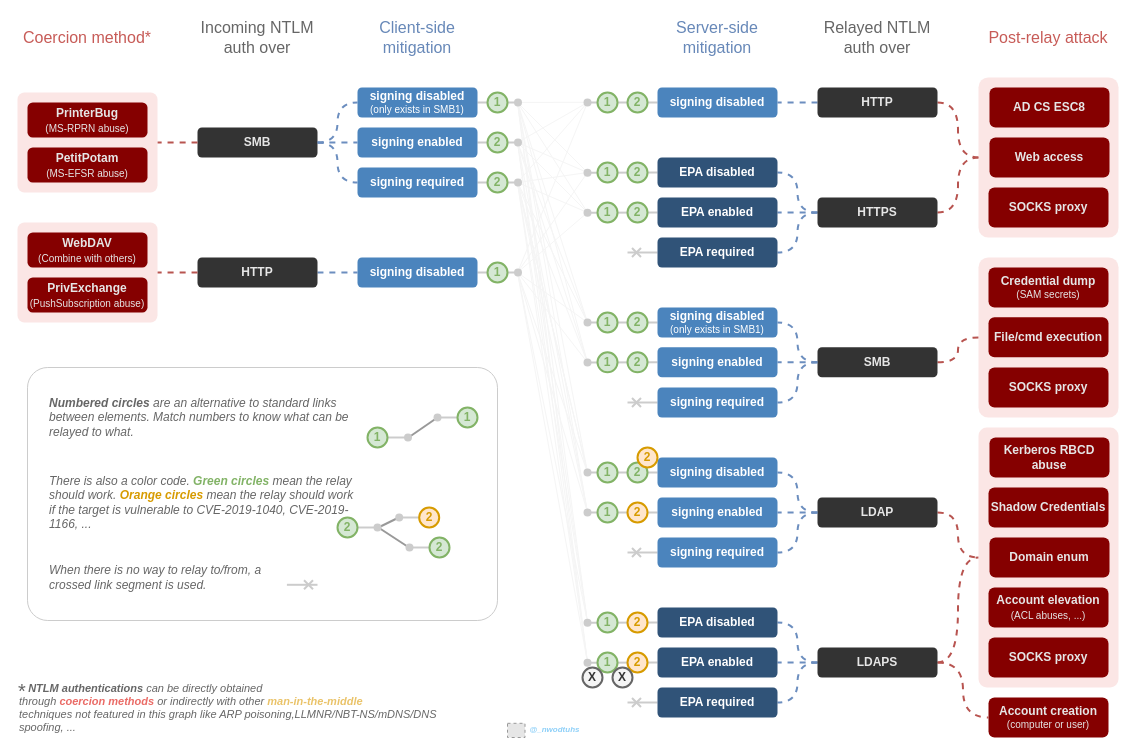
The-Hacker-Recipes/The-Hacker-Recipes keeps this draw.io diagram as .assets/drawios/NTLM relay.drawio. Above is the earlier version. Source tidied: cells renumbered, new cells numbered last; positions are measured from the earlier drawing's top-left corner, leaving out a move shared by most shapes. Both pictures are drawn from the tidied source at 100%, with x=0, y=0 at pixel (17, 17). Pictures stored in the file or linked from it are replaced by grey dashed boxes.
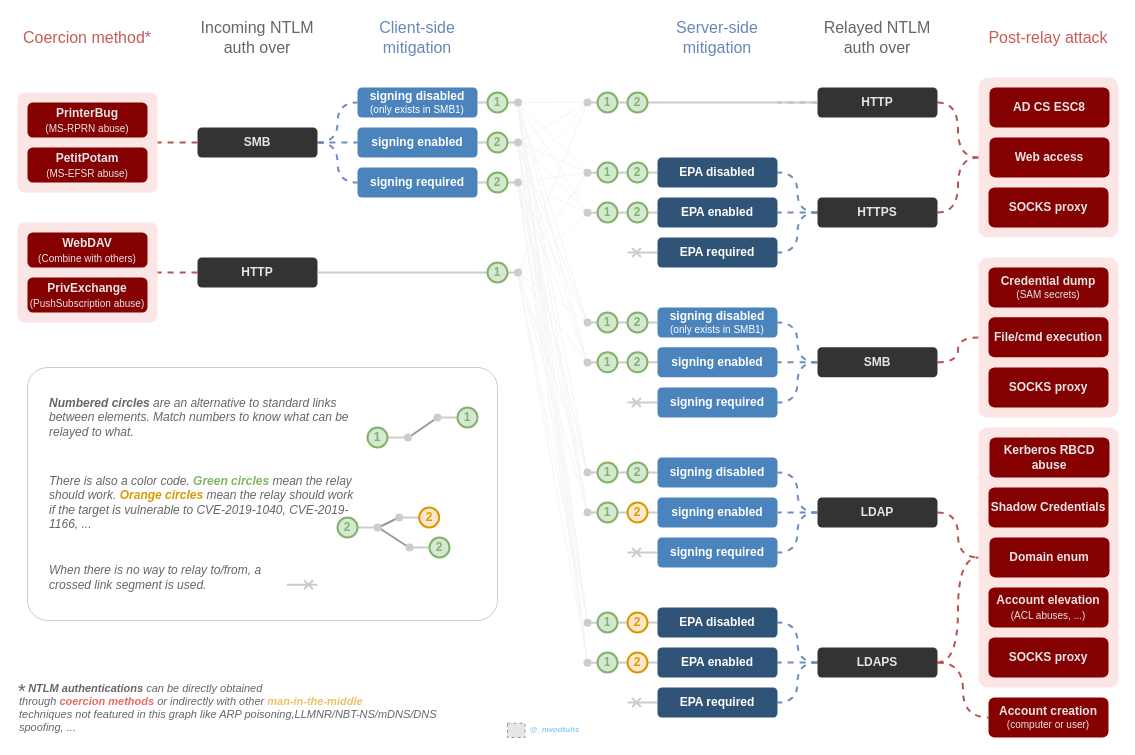
Above is the later version.

Unchanged cells that the change refers to:
```xml
<mxCell id="39" value="HTTP" style="rounded=1;whiteSpace=wrap;html=1;fontColor=#E6E6E6;fontStyle=1;fillColor=#333333;strokeColor=none;" parent="1" vertex="1">
  <mxGeometry x="180" y="240" width="120" height="30" as="geometry" />
</mxCell>
<mxCell id="57" value="HTTP" style="rounded=1;whiteSpace=wrap;html=1;fontColor=#E6E6E6;fontStyle=1;fillColor=#333333;strokeColor=none;" parent="1" vertex="1">
  <mxGeometry x="800" y="70" width="120" height="30" as="geometry" />
</mxCell>
```

Change to the diagram source:
```diff
@@
-    <mxCell id="38" style="edgeStyle=orthogonalEdgeStyle;curved=1;rounded=0;jettySize=auto;html=1;exitX=1;exitY=0.5;exitDx=0;exitDy=0;entryX=0;entryY=0.5;entryDx=0;entryDy=0;strokeColor=#6c8ebf;strokeWidth=2;fillColor=#dae8fc;dashed=1;endArrow=none;endFill=0;" parent="1" edge="1" source="39" target="123">
-      <mxGeometry relative="1" as="geometry" />
-    </mxCell>
@@
-    <mxCell id="55" style="edgeStyle=orthogonalEdgeStyle;curved=1;rounded=0;jettySize=auto;html=1;exitX=0;exitY=0.5;exitDx=0;exitDy=0;entryX=1;entryY=0.5;entryDx=0;entryDy=0;strokeColor=#6c8ebf;strokeWidth=2;dashed=1;endArrow=none;endFill=0;fillColor=#dae8fc;" parent="1" edge="1" source="57" target="121">
-      <mxGeometry relative="1" as="geometry" />
+    <mxCell id="55" style="edgeStyle=orthogonalEdgeStyle;curved=1;rounded=0;jettySize=auto;html=1;exitX=0;exitY=0.5;exitDx=0;exitDy=0;entryX=1;entryY=0.5;entryDx=0;entryDy=0;strokeColor=#6c8ebf;strokeWidth=2;dashed=1;endArrow=none;endFill=0;fillColor=#dae8fc;" parent="1" edge="1" source="57">
+      <mxGeometry relative="1" as="geometry">
+        <mxPoint x="760" y="85" as="targetPoint" />
+      </mxGeometry>
     </mxCell>
@@
-    <mxCell id="120" style="edgeStyle=orthogonalEdgeStyle;curved=1;rounded=0;jettySize=auto;html=1;exitX=0;exitY=0.5;exitDx=0;exitDy=0;endArrow=oval;endFill=1;strokeColor=#CCCCCC;strokeWidth=2;" parent="1" edge="1" source="121">
+    <mxCell id="120" style="edgeStyle=orthogonalEdgeStyle;curved=1;rounded=0;jettySize=auto;html=1;exitX=0;exitY=0.5;exitDx=0;exitDy=0;endArrow=oval;endFill=1;strokeColor=#CCCCCC;strokeWidth=2;" parent="1" edge="1" source="57">
       <mxGeometry relative="1" as="geometry">
         <mxPoint x="570" y="84.9" as="targetPoint" />
       </mxGeometry>
     </mxCell>
-    <mxCell id="121" value="signing disabled" style="rounded=1;whiteSpace=wrap;html=1;strokeColor=none;fontStyle=1;fillColor=#4B84BD;fontColor=#FFFFFF;" parent="1" vertex="1">
-      <mxGeometry x="640" y="70" width="120" height="30" as="geometry" />
-    </mxCell>
-    <mxCell id="122" style="edgeStyle=orthogonalEdgeStyle;curved=1;rounded=0;jettySize=auto;html=1;exitX=1;exitY=0.5;exitDx=0;exitDy=0;endArrow=oval;endFill=1;strokeColor=#CCCCCC;strokeWidth=2;" parent="1" edge="1" source="123">
+    <mxCell id="122" style="edgeStyle=orthogonalEdgeStyle;curved=1;rounded=0;jettySize=auto;html=1;exitX=1;exitY=0.5;exitDx=0;exitDy=0;endArrow=oval;endFill=1;strokeColor=#CCCCCC;strokeWidth=2;" parent="1" edge="1" source="39">
       <mxGeometry relative="1" as="geometry">
         <mxPoint x="500.5" y="255" as="targetPoint" />
       </mxGeometry>
     </mxCell>
-    <mxCell id="123" value="signing disabled" style="rounded=1;whiteSpace=wrap;html=1;strokeColor=none;fontStyle=1;fillColor=#4B84BD;fontColor=#FFFFFF;" parent="1" vertex="1">
-      <mxGeometry x="340" y="240" width="120" height="30" as="geometry" />
-    </mxCell>
@@
-    <mxCell id="183" value="2" style="ellipse;whiteSpace=wrap;html=1;strokeWidth=2;fontStyle=1;fillColor=#ffe6cc;strokeColor=#d79b00;fontColor=#D79B00;" parent="1" vertex="1">
-      <mxGeometry x="620" y="430" width="20" height="20" as="geometry" />
-    </mxCell>
-    <mxCell id="184" value="X" style="ellipse;whiteSpace=wrap;html=1;strokeWidth=2;fontStyle=1;fillColor=#f5f5f5;strokeColor=#666666;labelBackgroundColor=none;fontColor=#333333;" parent="1" vertex="1">
-      <mxGeometry x="565" y="650" width="20" height="20" as="geometry" />
-    </mxCell>
-    <mxCell id="185" value="X" style="ellipse;whiteSpace=wrap;html=1;strokeWidth=2;fontStyle=1;fillColor=#f5f5f5;strokeColor=#666666;fontColor=#333333;" parent="1" vertex="1">
-      <mxGeometry x="595" y="650" width="20" height="20" as="geometry" />
-    </mxCell>
```
